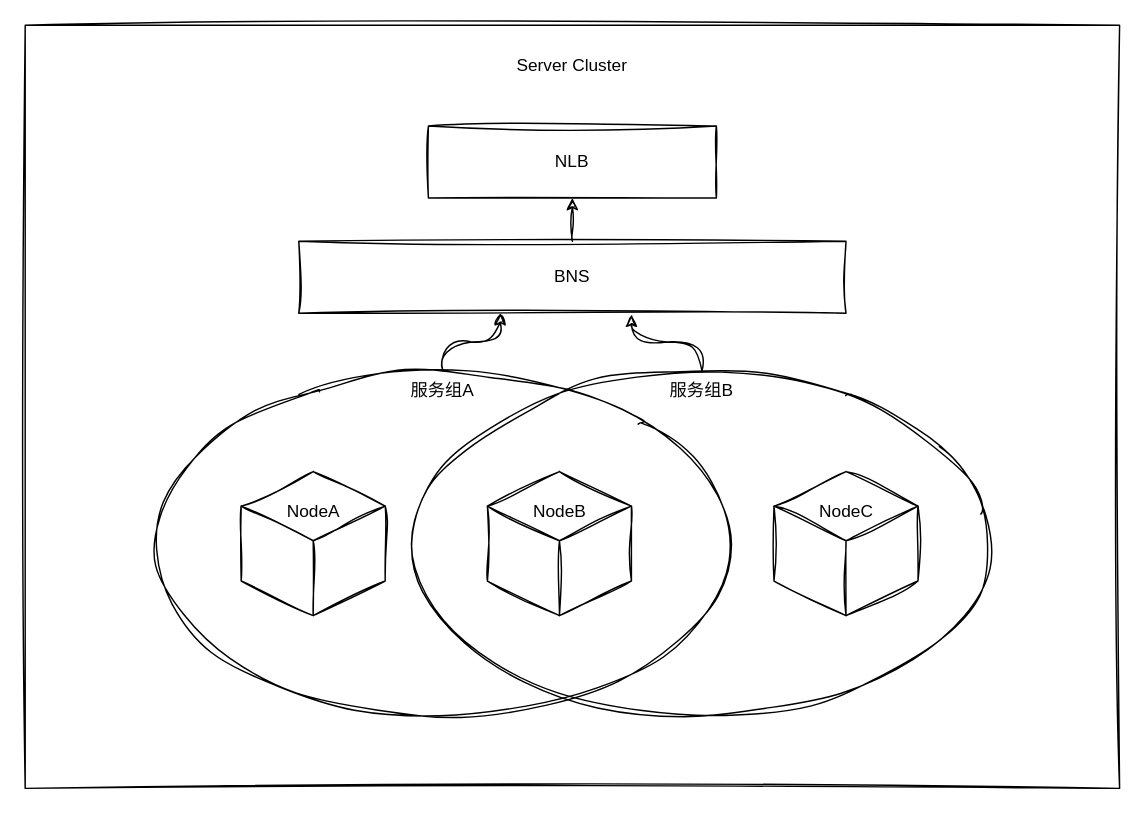
cavaljames/work-diagrams keeps this draw.io diagram as chatbi/未命名绘图.drawio. Above is the earlier version. Source tidied: cells renumbered, new cells numbered last; positions are measured from the earlier drawing's top-left corner, leaving out a move shared by most shapes. Both pictures are drawn from the tidied source at 144%, with x=0, y=0 at pixel (24, 24).
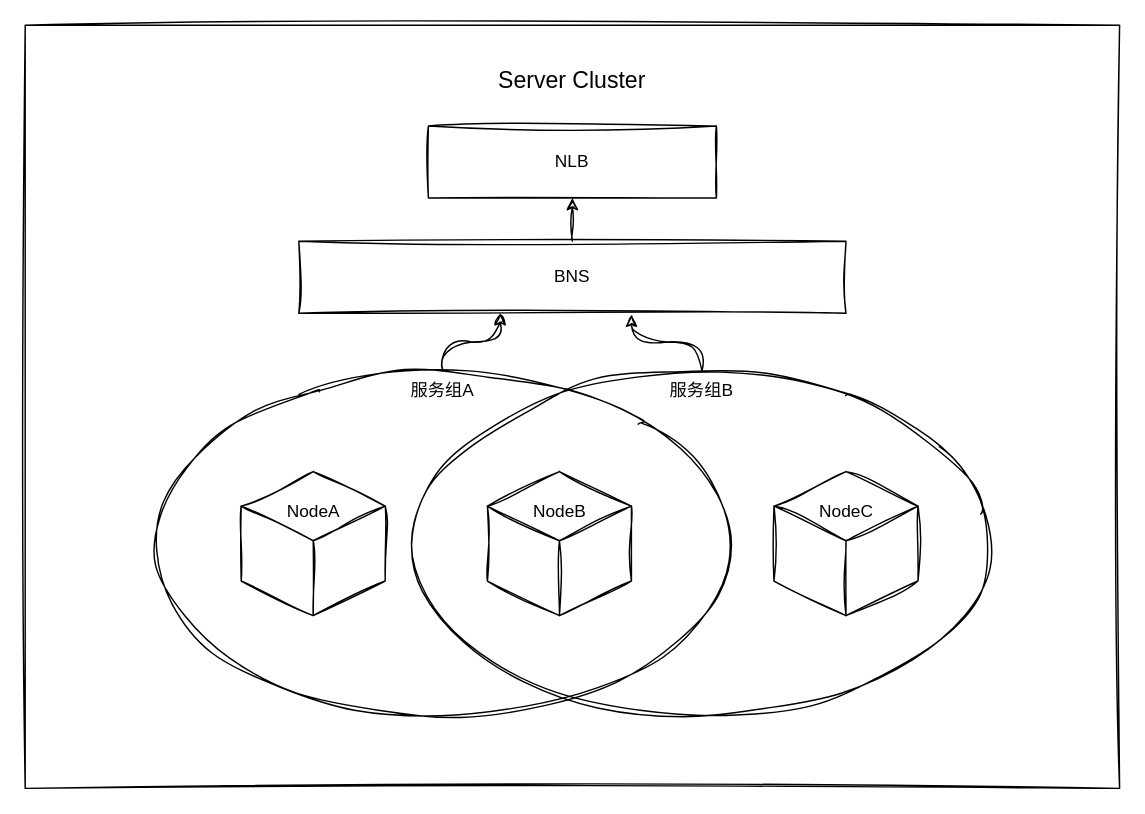
Above is the later version.

Commit message:
更新未命名绘图.drawio

Change to the diagram source:
```diff
@@
 <mxGraphModel>
   <root>
     <mxCell id="0" />
     <mxCell id="1" parent="0" />
-    <mxCell id="2" value="&lt;div&gt;&lt;br&gt;&lt;/div&gt;Server Cluster" style="rounded=0;whiteSpace=wrap;html=1;sketch=1;hachureGap=4;jiggle=2;curveFitting=1;verticalAlign=top;" parent="1" vertex="1">
+    <mxCell id="2" value="&lt;div&gt;&lt;font style=&quot;font-size: 18px;&quot;&gt;&lt;br&gt;&lt;/font&gt;&lt;/div&gt;&lt;font size=&quot;3&quot;&gt;Server Cluster&lt;/font&gt;" style="rounded=0;whiteSpace=wrap;html=1;sketch=1;hachureGap=4;jiggle=2;curveFitting=1;verticalAlign=top;" parent="1" vertex="1">
       <mxGeometry width="760" height="530" as="geometry" />
     </mxCell>
     <mxCell id="3" value="BNS" style="rounded=0;whiteSpace=wrap;html=1;sketch=1;hachureGap=4;jiggle=2;curveFitting=1;" parent="1" vertex="1">
       <mxGeometry x="190" y="150" width="380" height="50" as="geometry" />
     </mxCell>
     <mxCell id="4" value="NLB" style="rounded=0;whiteSpace=wrap;html=1;sketch=1;hachureGap=4;jiggle=2;curveFitting=1;" parent="1" vertex="1">
       <mxGeometry x="280" y="70" width="200" height="50" as="geometry" />
     </mxCell>
     <mxCell id="5" value="服务组A" style="ellipse;whiteSpace=wrap;html=1;sketch=1;hachureGap=4;jiggle=2;curveFitting=1;verticalAlign=top;fillColor=none;" parent="1" vertex="1">
       <mxGeometry x="90" y="240" width="400" height="240" as="geometry" />
     </mxCell>
     <mxCell id="6" value="服务组B" style="ellipse;whiteSpace=wrap;html=1;sketch=1;hachureGap=4;jiggle=2;curveFitting=1;verticalAlign=top;fillColor=none;" parent="1" vertex="1">
       <mxGeometry x="270" y="240" width="400" height="240" as="geometry" />
     </mxCell>
     <mxCell id="7" value="&lt;div&gt;&lt;br&gt;&lt;/div&gt;NodeA" style="html=1;shape=mxgraph.basic.isocube;isoAngle=15;sketch=1;hachureGap=4;jiggle=2;curveFitting=1;verticalAlign=top;" parent="1" vertex="1">
       <mxGeometry x="150" y="310" width="100" height="100" as="geometry" />
     </mxCell>
     <mxCell id="8" value="&lt;div&gt;&lt;br&gt;&lt;/div&gt;NodeB" style="html=1;shape=mxgraph.basic.isocube;isoAngle=15;sketch=1;hachureGap=4;jiggle=2;curveFitting=1;verticalAlign=top;" parent="1" vertex="1">
       <mxGeometry x="321" y="310" width="100" height="100" as="geometry" />
     </mxCell>
     <mxCell id="9" value="&lt;div&gt;&lt;br&gt;&lt;/div&gt;NodeC" style="html=1;shape=mxgraph.basic.isocube;isoAngle=15;sketch=1;hachureGap=4;jiggle=2;curveFitting=1;verticalAlign=top;" parent="1" vertex="1">
       <mxGeometry x="520" y="310" width="100" height="100" as="geometry" />
     </mxCell>
     <mxCell id="10" style="edgeStyle=orthogonalEdgeStyle;rounded=0;sketch=1;hachureGap=4;jiggle=2;curveFitting=1;jettySize=auto;html=1;exitX=0.5;exitY=0;exitDx=0;exitDy=0;entryX=0.368;entryY=1;entryDx=0;entryDy=0;entryPerimeter=0;curved=1;" parent="1" edge="1" source="5" target="3">
       <mxGeometry relative="1" as="geometry" />
     </mxCell>
     <mxCell id="11" style="edgeStyle=orthogonalEdgeStyle;rounded=0;sketch=1;hachureGap=4;jiggle=2;curveFitting=1;jettySize=auto;html=1;exitX=0.5;exitY=0;exitDx=0;exitDy=0;entryX=0.608;entryY=1.02;entryDx=0;entryDy=0;entryPerimeter=0;curved=1;" parent="1" edge="1" source="6" target="3">
       <mxGeometry relative="1" as="geometry" />
     </mxCell>
     <mxCell id="12" style="edgeStyle=orthogonalEdgeStyle;rounded=0;sketch=1;hachureGap=4;jiggle=2;curveFitting=1;jettySize=auto;html=1;exitX=0.5;exitY=0;exitDx=0;exitDy=0;entryX=0.5;entryY=1;entryDx=0;entryDy=0;" parent="1" edge="1" source="3" target="4">
       <mxGeometry relative="1" as="geometry" />
     </mxCell>
   </root>
 </mxGraphModel>
```
